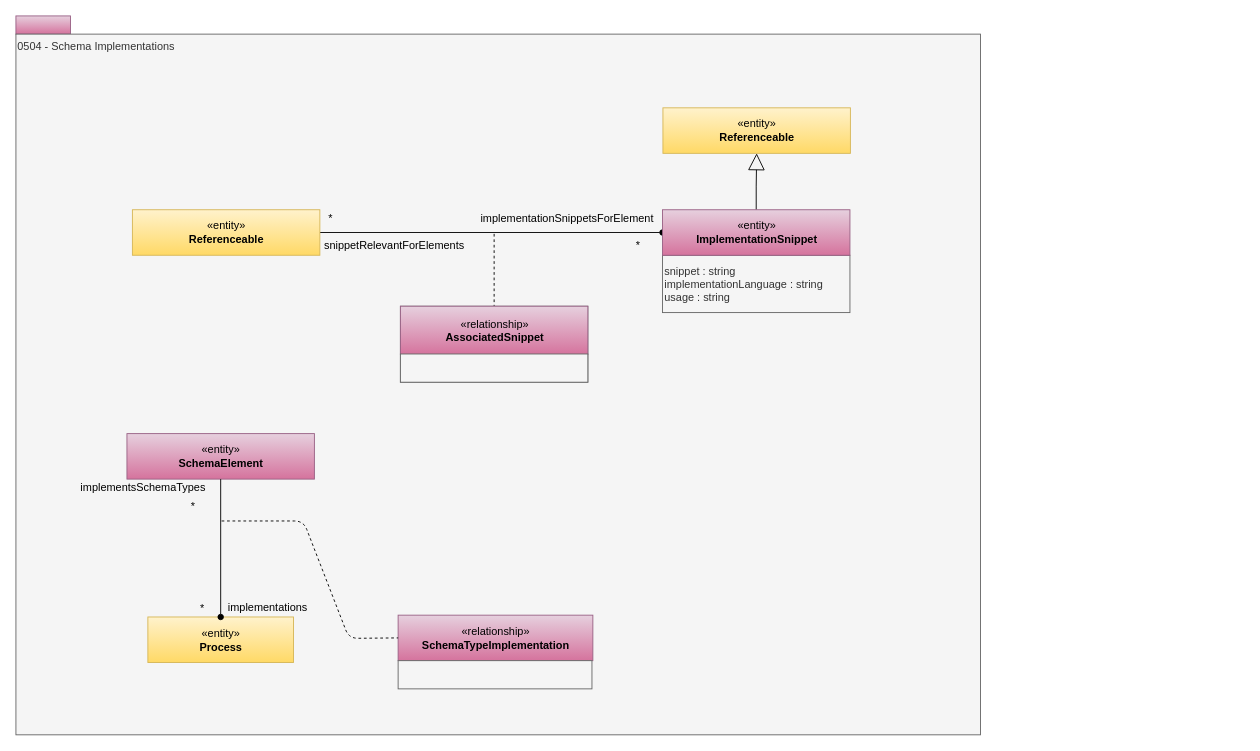
Above: page "0504-Implementation-Snippets" (4 of 32) of site/docs/types/5/area-5-models-and-schema.drawio in odpi/egeria-docs (draw.io), before the change. Source tidied: cells renumbered, new cells numbered last; positions are measured from the earlier drawing's top-left corner, leaving out a move shared by most shapes. Both pictures are drawn from the tidied source at 91%, with x=0, y=0 at pixel (15, 15).
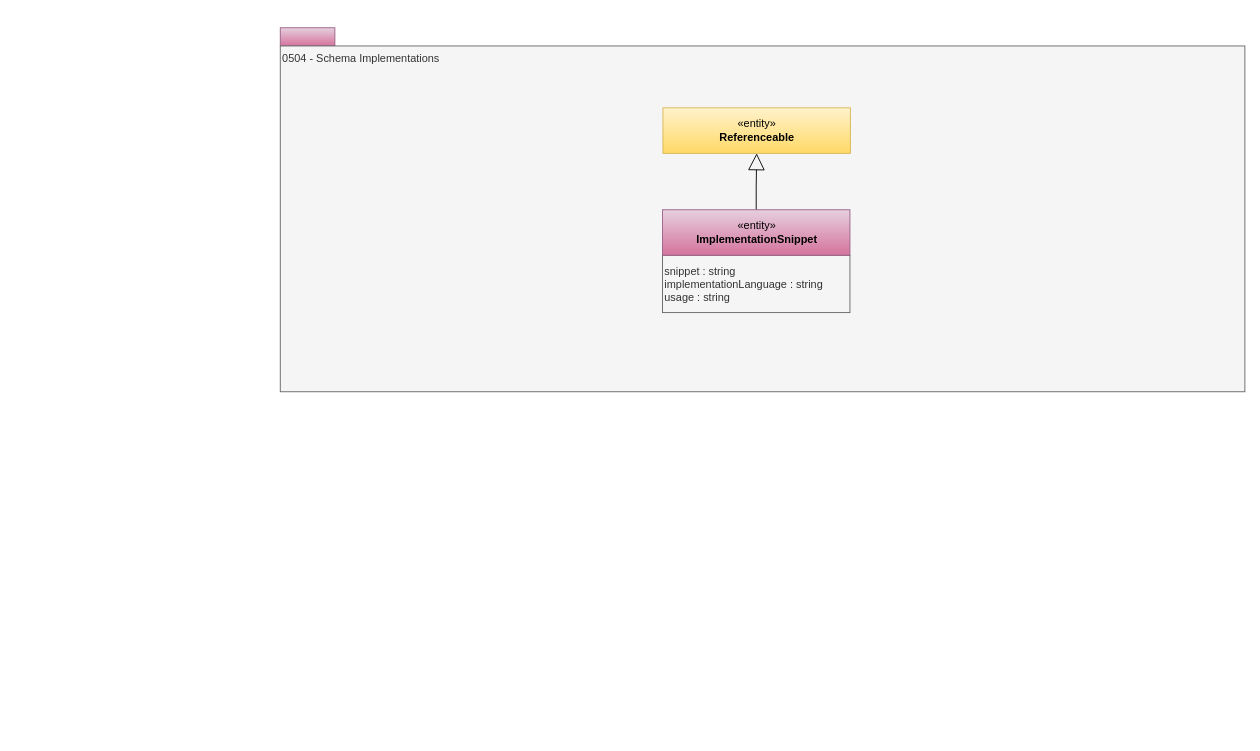
Above is the later version.

Unchanged cells that the change refers to:
```xml
<mxCell id="27" value="«entity»&lt;br&gt;&lt;b&gt;ImplementationSnippet&lt;/b&gt;" style="html=1;strokeColor=#996185;align=center;fillColor=#e6d0de;gradientColor=#d5739d;" parent="1" vertex="1">
  <mxGeometry x="710.5" y="213" width="206" height="50" as="geometry" />
</mxCell>
```

What changed in the source:
```diff
@@
     <mxCell id="2" style="rounded=0;whiteSpace=wrap;html=1;align=left;fillColor=#e6d0de;strokeColor=#996185;gradientColor=#d5739d;" parent="1" vertex="1">
-      <mxGeometry width="60" height="20" as="geometry" />
+      <mxGeometry x="290.5" y="13" width="60" height="20" as="geometry" />
     </mxCell>
     <mxCell id="3" value="0504 - Schema Implementations" style="rounded=0;whiteSpace=wrap;html=1;align=left;verticalAlign=top;fillColor=#f5f5f5;fontColor=#333333;strokeColor=#666666;" parent="1" vertex="1">
-      <mxGeometry y="20" width="1060" height="770" as="geometry" />
+      <mxGeometry x="290.5" y="33" width="1060" height="380" as="geometry" />
     </mxCell>
-    <mxCell id="4" value="«entity»&lt;br&gt;&lt;b&gt;SchemaElement&lt;/b&gt;" style="html=1;strokeColor=#996185;align=center;fillColor=#e6d0de;gradientColor=#d5739d;" parent="1" vertex="1">
-      <mxGeometry x="122" y="459" width="206" height="50" as="geometry" />
-    </mxCell>
-    <mxCell id="5" style="endArrow=none;dashed=1;html=1;" parent="1" edge="1" target="12">
-      <mxGeometry relative="1" as="geometry">
-        <mxPoint x="525.5" y="239.5" as="sourcePoint" />
-      </mxGeometry>
-    </mxCell>
-    <mxCell id="6" value="*" style="text;html=1;strokeColor=none;fillColor=none;align=center;verticalAlign=middle;whiteSpace=wrap;rounded=0;" parent="1" vertex="1">
-      <mxGeometry x="325.5" y="213" width="40" height="20" as="geometry" />
-    </mxCell>
-    <mxCell id="7" value="*" style="text;html=1;strokeColor=none;fillColor=none;align=center;verticalAlign=middle;whiteSpace=wrap;rounded=0;" parent="1" vertex="1">
-      <mxGeometry x="663.5" y="243" width="40" height="20" as="geometry" />
-    </mxCell>
-    <mxCell id="8" value="implementationSnippetsForElement" style="text;html=1;strokeColor=none;fillColor=none;align=center;verticalAlign=middle;whiteSpace=wrap;rounded=0;" parent="1" vertex="1">
-      <mxGeometry x="578" y="213" width="56" height="20" as="geometry" />
-    </mxCell>
-    <mxCell id="9" value="snippetRelevantForElements" style="text;html=1;strokeColor=none;fillColor=none;align=center;verticalAlign=middle;whiteSpace=wrap;rounded=0;" parent="1" vertex="1">
-      <mxGeometry x="362" y="243" width="108" height="20" as="geometry" />
-    </mxCell>
@@
-    <mxCell id="11" style="group;fillColor=#f5f5f5;fontColor=#333333;strokeColor=#666666;" parent="1" vertex="1">
-      <mxGeometry x="422.5" y="319" width="206" height="83.5" as="geometry" />
-    </mxCell>
-    <mxCell id="12" value="«relationship»&lt;br&gt;&lt;b&gt;AssociatedSnippet&lt;/b&gt;" style="html=1;strokeColor=#996185;align=center;fillColor=#e6d0de;gradientColor=#d5739d;" parent="11" vertex="1">
-      <mxGeometry width="206" height="53" as="geometry" />
-    </mxCell>
-    <mxCell id="13" style="rounded=0;whiteSpace=wrap;html=1;strokeColor=#666666;align=left;fillColor=#f5f5f5;fontColor=#333333;" parent="11" vertex="1">
-      <mxGeometry y="52.5" width="206" height="31" as="geometry" />
-    </mxCell>
@@
-    <mxCell id="15" value="*" style="text;html=1;strokeColor=none;fillColor=none;align=center;verticalAlign=middle;whiteSpace=wrap;rounded=0;" parent="1" vertex="1">
-      <mxGeometry x="185" y="640.5" width="40" height="20" as="geometry" />
-    </mxCell>
-    <mxCell id="16" value="implementations" style="text;html=1;strokeColor=none;fillColor=none;align=center;verticalAlign=middle;whiteSpace=wrap;rounded=0;" parent="1" vertex="1">
-      <mxGeometry x="230.5" y="639.5" width="92" height="20" as="geometry" />
-    </mxCell>
-    <mxCell id="17" value="implementsSchemaTypes" style="text;html=1;strokeColor=none;fillColor=none;align=center;verticalAlign=middle;whiteSpace=wrap;rounded=0;" parent="1" vertex="1">
-      <mxGeometry x="111" y="509" width="58" height="20" as="geometry" />
-    </mxCell>
-    <mxCell id="18" value="«relationship»&lt;br&gt;&lt;b&gt;SchemaTypeImplementation&lt;/b&gt;" style="html=1;strokeColor=#996185;align=center;fillColor=#e6d0de;gradientColor=#d5739d;" parent="1" vertex="1">
-      <mxGeometry x="420" y="658.5" width="214" height="50" as="geometry" />
-    </mxCell>
-    <mxCell id="19" style="endArrow=none;dashed=1;html=1;entryX=0;entryY=0.5;entryDx=0;entryDy=0;" parent="1" edge="1" target="18">
-      <mxGeometry relative="1" as="geometry">
-        <mxPoint x="226" y="555" as="sourcePoint" />
-        <Array as="points">
-          <mxPoint x="316" y="555" />
-          <mxPoint x="366" y="684" />
-        </Array>
-      </mxGeometry>
-    </mxCell>
-    <mxCell id="20" value="&lt;div style=&quot;text-align: left&quot;&gt;&lt;br&gt;&lt;/div&gt;" style="rounded=0;whiteSpace=wrap;html=1;strokeColor=#666666;align=left;fillColor=#f5f5f5;fontColor=#333333;" parent="1" vertex="1">
-      <mxGeometry x="420" y="708.5" width="213" height="31" as="geometry" />
-    </mxCell>
-    <mxCell id="21" value="*" style="text;html=1;strokeColor=none;fillColor=none;align=center;verticalAlign=middle;whiteSpace=wrap;rounded=0;" parent="1" vertex="1">
-      <mxGeometry x="175" y="529" width="40" height="20" as="geometry" />
-    </mxCell>
-    <mxCell id="22" value="«entity»&lt;br&gt;&lt;b&gt;Process&lt;/b&gt;" style="html=1;strokeColor=#d6b656;align=center;fillColor=#fff2cc;gradientColor=#ffd966;" parent="1" vertex="1">
-      <mxGeometry x="145" y="660.5" width="160" height="50" as="geometry" />
-    </mxCell>
-    <mxCell id="23" style="endArrow=oval;html=1;entryX=0;entryY=0.5;exitX=1;exitY=0.5;endFill=1;exitDx=0;exitDy=0;" parent="1" edge="1" source="25" target="27">
-      <mxGeometry relative="1" as="geometry" />
-    </mxCell>
-    <mxCell id="24" style="edgeStyle=orthogonalEdgeStyle;rounded=0;jettySize=auto;html=1;exitX=0.5;exitY=1;exitDx=0;exitDy=0;entryX=0.5;entryY=0;entryDx=0;entryDy=0;endArrow=oval;endFill=1;" parent="1" edge="1" source="4" target="22">
-      <mxGeometry relative="1" as="geometry" />
-    </mxCell>
-    <mxCell id="25" value="«entity»&lt;br&gt;&lt;b&gt;Referenceable&lt;/b&gt;" style="html=1;strokeColor=#d6b656;align=center;fillColor=#fff2cc;gradientColor=#ffd966;" parent="1" vertex="1">
-      <mxGeometry x="128" y="213" width="206" height="50" as="geometry" />
-    </mxCell>
```
